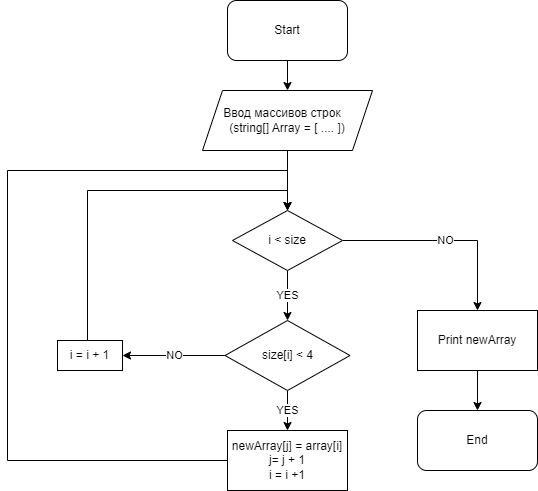
Before: Scheme.png, a diagram exported from draw.io (969279/FinalHomeWork). Source tidied: cells renumbered, new cells last; positions are measured from the earlier drawing's top-left corner, leaving out a move shared by most shapes. Source of this version:
```xml
<mxGraphModel>
  <root>
    <mxCell id="0" />
    <mxCell id="1" parent="0" />
    <mxCell id="2" style="edgeStyle=orthogonalEdgeStyle;rounded=0;jettySize=auto;html=1;" parent="1" edge="1" source="3" target="8">
      <mxGeometry relative="1" as="geometry" />
    </mxCell>
    <mxCell id="3" value="Start" style="rounded=1;whiteSpace=wrap;html=1;" parent="1" vertex="1">
      <mxGeometry x="220" width="120" height="60" as="geometry" />
    </mxCell>
    <mxCell id="4" value="YES" style="edgeStyle=orthogonalEdgeStyle;rounded=0;jettySize=auto;html=1;" parent="1" edge="1" source="6" target="13">
      <mxGeometry relative="1" as="geometry" />
    </mxCell>
    <mxCell id="5" value="NO" style="edgeStyle=orthogonalEdgeStyle;rounded=0;jettySize=auto;html=1;" parent="1" edge="1" source="6" target="17">
      <mxGeometry relative="1" as="geometry" />
    </mxCell>
    <mxCell id="6" value="i &amp;lt; size" style="rhombus;whiteSpace=wrap;html=1;" parent="1" vertex="1">
      <mxGeometry x="225" y="210" width="110" height="60" as="geometry" />
    </mxCell>
    <mxCell id="7" style="edgeStyle=orthogonalEdgeStyle;rounded=0;jettySize=auto;html=1;" parent="1" edge="1" source="8" target="6">
      <mxGeometry relative="1" as="geometry" />
    </mxCell>
    <mxCell id="8" value="Ввод массивов строк&amp;nbsp; &amp;nbsp;&lt;br style=&quot;border-color: var(--border-color);&quot;&gt;(string[] Array = [ .... ])" style="shape=parallelogram;perimeter=parallelogramPerimeter;whiteSpace=wrap;html=1;fixedSize=1;" parent="1" vertex="1">
      <mxGeometry x="195" y="90" width="170" height="60" as="geometry" />
    </mxCell>
    <mxCell id="9" style="edgeStyle=orthogonalEdgeStyle;rounded=0;jettySize=auto;html=1;entryX=0.5;entryY=0;entryDx=0;entryDy=0;" parent="1" edge="1" source="10" target="6">
      <mxGeometry relative="1" as="geometry">
        <Array as="points">
          <mxPoint y="460" />
          <mxPoint y="170" />
          <mxPoint x="280" y="170" />
        </Array>
      </mxGeometry>
    </mxCell>
    <mxCell id="10" value="newArray[j] = array[i]&lt;br&gt;j= j + 1&lt;br&gt;i = i +1" style="rounded=0;whiteSpace=wrap;html=1;" parent="1" vertex="1">
      <mxGeometry x="220" y="430" width="120" height="60" as="geometry" />
    </mxCell>
    <mxCell id="11" value="YES" style="edgeStyle=orthogonalEdgeStyle;rounded=0;jettySize=auto;html=1;" parent="1" edge="1" source="13" target="10">
      <mxGeometry relative="1" as="geometry" />
    </mxCell>
    <mxCell id="12" value="NO" style="edgeStyle=orthogonalEdgeStyle;rounded=0;jettySize=auto;html=1;" parent="1" edge="1" source="13" target="15">
      <mxGeometry relative="1" as="geometry" />
    </mxCell>
    <mxCell id="13" value="size[i] &amp;lt; 4" style="rhombus;whiteSpace=wrap;html=1;" parent="1" vertex="1">
      <mxGeometry x="217.5" y="320" width="125" height="70" as="geometry" />
    </mxCell>
    <mxCell id="14" style="edgeStyle=orthogonalEdgeStyle;rounded=0;jettySize=auto;html=1;entryX=0.5;entryY=0;entryDx=0;entryDy=0;" parent="1" edge="1" source="15" target="6">
      <mxGeometry relative="1" as="geometry">
        <Array as="points">
          <mxPoint x="80" y="190" />
          <mxPoint x="280" y="190" />
        </Array>
      </mxGeometry>
    </mxCell>
    <mxCell id="15" value="i = i + 1" style="rounded=0;whiteSpace=wrap;html=1;" parent="1" vertex="1">
      <mxGeometry x="50" y="340" width="65" height="30" as="geometry" />
    </mxCell>
    <mxCell id="16" style="edgeStyle=orthogonalEdgeStyle;rounded=0;jettySize=auto;html=1;" parent="1" edge="1" source="17" target="18">
      <mxGeometry relative="1" as="geometry" />
    </mxCell>
    <mxCell id="17" value="Print newArray" style="rounded=0;whiteSpace=wrap;html=1;" parent="1" vertex="1">
      <mxGeometry x="410" y="310" width="120" height="60" as="geometry" />
    </mxCell>
    <mxCell id="18" value="End" style="rounded=1;whiteSpace=wrap;html=1;" parent="1" vertex="1">
      <mxGeometry x="410" y="410" width="120" height="60" as="geometry" />
    </mxCell>
  </root>
</mxGraphModel>
```
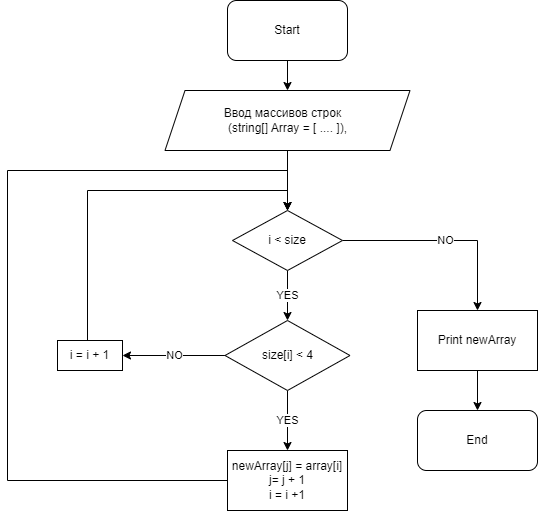
Above is the later version.

The edit, as a diff of the source:
```diff
@@ -20,20 +20,20 @@
     <mxCell id="7" style="edgeStyle=orthogonalEdgeStyle;rounded=0;jettySize=auto;html=1;" parent="1" edge="1" source="8" target="6">
       <mxGeometry relative="1" as="geometry" />
     </mxCell>
-    <mxCell id="8" value="Ввод массивов строк&amp;nbsp; &amp;nbsp;&lt;br style=&quot;border-color: var(--border-color);&quot;&gt;(string[] Array = [ .... ])" style="shape=parallelogram;perimeter=parallelogramPerimeter;whiteSpace=wrap;html=1;fixedSize=1;" parent="1" vertex="1">
-      <mxGeometry x="195" y="90" width="170" height="60" as="geometry" />
+    <mxCell id="8" value="Ввод массивов строк&amp;nbsp; &amp;nbsp;&lt;br style=&quot;border-color: var(--border-color);&quot;&gt;(string[] Array = [ .... ]),&lt;br&gt;" style="shape=parallelogram;perimeter=parallelogramPerimeter;whiteSpace=wrap;html=1;fixedSize=1;" parent="1" vertex="1">
+      <mxGeometry x="157.5" y="90" width="245" height="60" as="geometry" />
     </mxCell>
     <mxCell id="9" style="edgeStyle=orthogonalEdgeStyle;rounded=0;jettySize=auto;html=1;entryX=0.5;entryY=0;entryDx=0;entryDy=0;" parent="1" edge="1" source="10" target="6">
       <mxGeometry relative="1" as="geometry">
         <Array as="points">
-          <mxPoint y="460" />
+          <mxPoint y="480" />
           <mxPoint y="170" />
           <mxPoint x="280" y="170" />
         </Array>
       </mxGeometry>
     </mxCell>
     <mxCell id="10" value="newArray[j] = array[i]&lt;br&gt;j= j + 1&lt;br&gt;i = i +1" style="rounded=0;whiteSpace=wrap;html=1;" parent="1" vertex="1">
-      <mxGeometry x="220" y="430" width="120" height="60" as="geometry" />
+      <mxGeometry x="220" y="450" width="120" height="60" as="geometry" />
     </mxCell>
     <mxCell id="11" value="YES" style="edgeStyle=orthogonalEdgeStyle;rounded=0;jettySize=auto;html=1;" parent="1" edge="1" source="13" target="10">
       <mxGeometry relative="1" as="geometry" />
```
